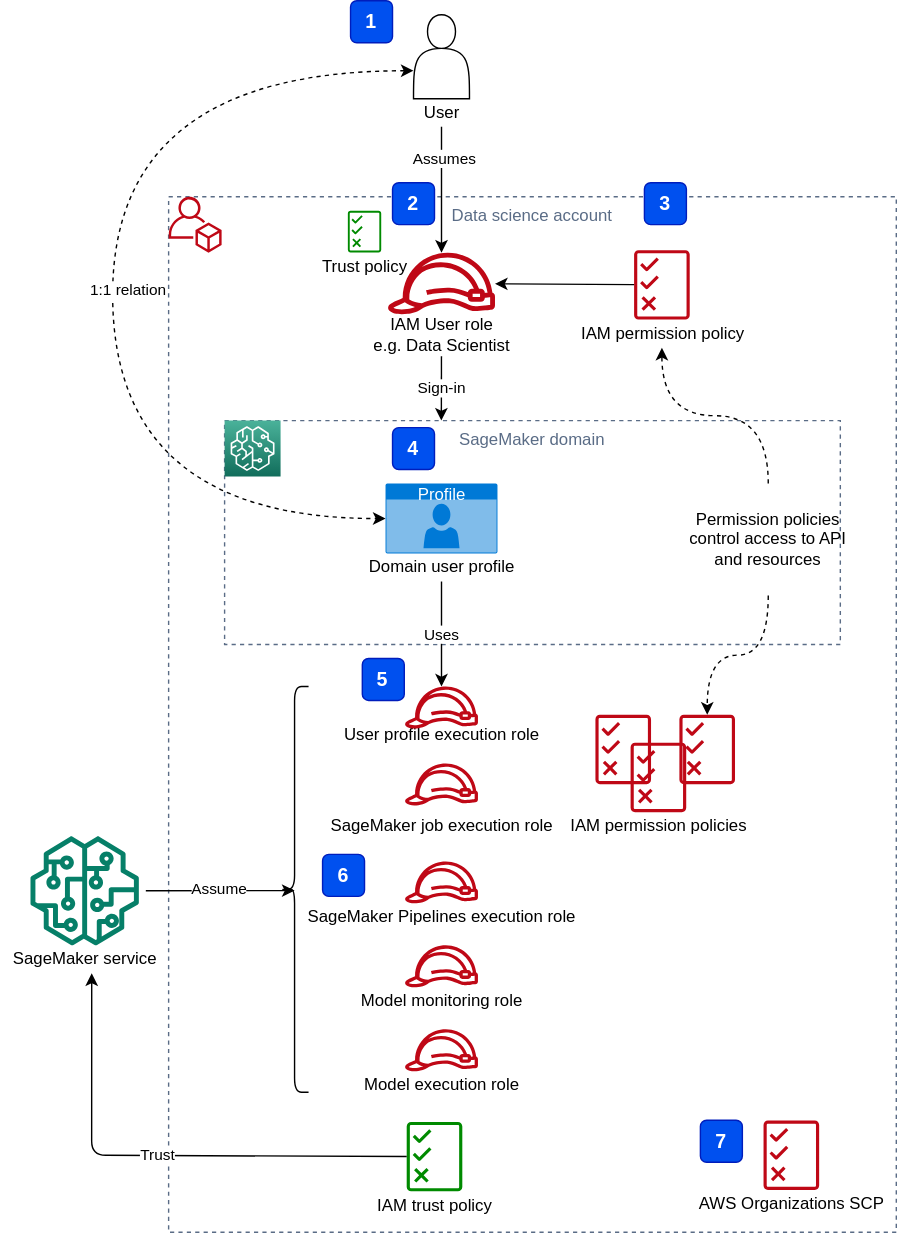
Above: static/design/identity-and-access-management.drawio.svg in aws-samples/amazon-sagemaker-administration-workshop (draw.io), before the change. Source tidied: cells renumbered, new cells last; positions are measured from the earlier drawing's top-left corner, leaving out a move shared by most shapes.
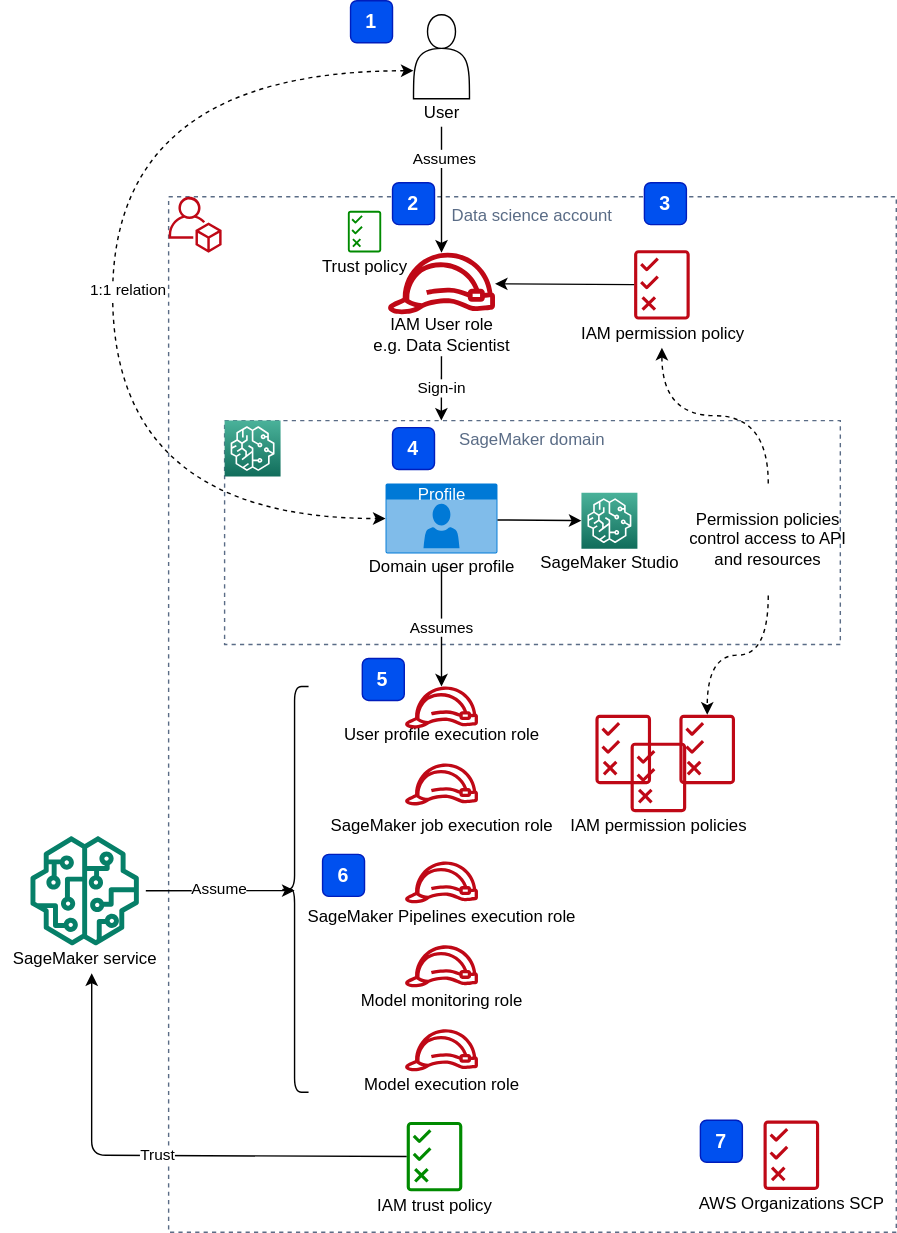
After the commit.

Change to the diagram source:
```diff
@@ -174,8 +174,10 @@
         </Array>
       </mxGeometry>
     </mxCell>
-    <mxCell id="56" value="Uses" style="edgeStyle=none;html=1;" parent="1" edge="1" source="51" target="19">
-      <mxGeometry relative="1" as="geometry" />
+    <mxCell id="56" value="Assumes" style="edgeStyle=none;html=1;" parent="1" edge="1" target="19">
+      <mxGeometry x="0.01" relative="1" as="geometry">
+        <mxPoint x="315" y="404" as="sourcePoint" />
+      </mxGeometry>
     </mxCell>
     <mxCell id="57" style="edgeStyle=orthogonalEdgeStyle;html=1;curved=1;dashed=1;startArrow=classic;startFill=1;entryX=0;entryY=0.5;entryDx=0;entryDy=0;entryPerimeter=0;" parent="1" edge="1" source="5" target="50">
       <mxGeometry relative="1" as="geometry">
@@ -232,5 +234,19 @@
     <mxCell id="72" value="Sign-in" style="edgeStyle=none;html=1;entryX=0.352;entryY=0;entryDx=0;entryDy=0;entryPerimeter=0;" parent="1" edge="1" source="10" target="3">
       <mxGeometry relative="1" as="geometry" />
     </mxCell>
+    <mxCell id="73" style="group;" parent="1" vertex="1">
+      <mxGeometry x="375" y="351.5" width="120" height="65" as="geometry" />
+    </mxCell>
+    <mxCell id="74" style="sketch=0;points=[[0,0,0],[0.25,0,0],[0.5,0,0],[0.75,0,0],[1,0,0],[0,1,0],[0.25,1,0],[0.5,1,0],[0.75,1,0],[1,1,0],[0,0.25,0],[0,0.5,0],[0,0.75,0],[1,0.25,0],[1,0.5,0],[1,0.75,0]];outlineConnect=0;fontColor=#232F3E;gradientColor=#4AB29A;gradientDirection=north;fillColor=#116D5B;strokeColor=#ffffff;dashed=0;verticalLabelPosition=bottom;verticalAlign=top;align=center;html=1;fontSize=12;fontStyle=0;shape=mxgraph.aws4.resourceIcon;resIcon=mxgraph.aws4.sagemaker;" parent="73" vertex="1">
+      <mxGeometry x="40" width="40" height="40" as="geometry" />
+    </mxCell>
+    <mxCell id="75" value="SageMaker Studio" style="text;html=1;align=center;verticalAlign=middle;" parent="73" vertex="1">
+      <mxGeometry y="35" width="120" height="30" as="geometry" />
+    </mxCell>
+    <mxCell id="76" style="edgeStyle=none;html=1;entryX=0;entryY=0.5;entryDx=0;entryDy=0;entryPerimeter=0;" parent="1" edge="1" target="74">
+      <mxGeometry relative="1" as="geometry">
+        <mxPoint x="355" y="371" as="sourcePoint" />
+      </mxGeometry>
+    </mxCell>
   </root>
 </mxGraphModel>
```
